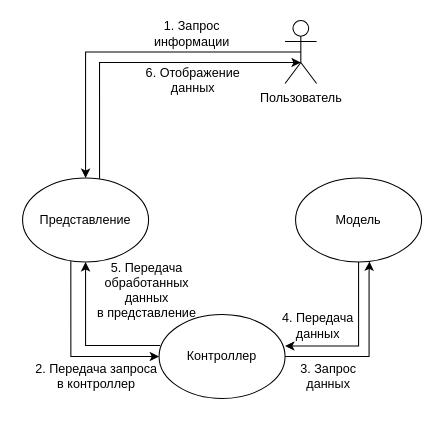
Fake-Make/Au keeps this draw.io diagram as Diagrams/Development Processes Diagrams/MVC-Diagram.drawio. Above is the earlier version. Source tidied: cells renumbered, new cells numbered last; positions are measured from the earlier drawing's top-left corner, leaving out a move shared by most shapes. Both pictures are drawn from the tidied source at 105%, with x=0, y=0 at pixel (22, 20).
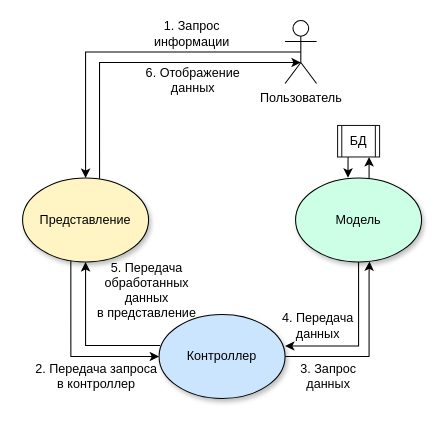
The same page after the edit.

Change to the diagram source:
```diff
@@
+    <mxCell id="18" style="edgeStyle=orthogonalEdgeStyle;rounded=0;jettySize=auto;html=1;exitX=0.5;exitY=0;exitDx=0;exitDy=0;entryX=0.75;entryY=1;entryDx=0;entryDy=0;" parent="1" edge="1" source="4" target="20">
+      <mxGeometry relative="1" as="geometry">
+        <Array as="points">
+          <mxPoint x="320" y="160" />
+          <mxPoint x="330" y="160" />
+        </Array>
+      </mxGeometry>
+    </mxCell>
-    <mxCell id="4" value="Модель" style="ellipse;whiteSpace=wrap;html=1;" parent="1" vertex="1">
+    <mxCell id="4" value="Модель" style="ellipse;whiteSpace=wrap;html=1;fillColor=#CCFFE6;shadow=1;" parent="1" vertex="1">
       <mxGeometry x="260" y="150" width="120" height="80" as="geometry" />
     </mxCell>
@@
-    <mxCell id="9" value="Контроллер" style="ellipse;whiteSpace=wrap;html=1;" parent="1" vertex="1">
+    <mxCell id="9" value="Контроллер" style="ellipse;whiteSpace=wrap;html=1;fillColor=#CCE5FF;shadow=1;" parent="1" vertex="1">
       <mxGeometry x="130" y="280" width="120" height="80" as="geometry" />
     </mxCell>
@@
-    <mxCell id="14" value="Представление" style="ellipse;whiteSpace=wrap;html=1;" parent="1" vertex="1">
+    <mxCell id="14" value="Представление" style="ellipse;whiteSpace=wrap;html=1;fillColor=#FFF4C3;shadow=1;" parent="1" vertex="1">
       <mxGeometry y="150" width="120" height="80" as="geometry" />
     </mxCell>
@@
+    <mxCell id="19" style="edgeStyle=orthogonalEdgeStyle;rounded=0;jettySize=auto;html=1;exitX=0.25;exitY=1;exitDx=0;exitDy=0;entryX=0.416;entryY=-0.003;entryDx=0;entryDy=0;entryPerimeter=0;" parent="1" edge="1" source="20" target="4">
+      <mxGeometry relative="1" as="geometry" />
+    </mxCell>
+    <mxCell id="20" value="БД" style="shape=process;whiteSpace=wrap;html=1;backgroundOutline=1;strokeColor=#1A1A1A;fillColor=#FFFFFF;" parent="1" vertex="1">
+      <mxGeometry x="300" y="100" width="40" height="30" as="geometry" />
+    </mxCell>
```
